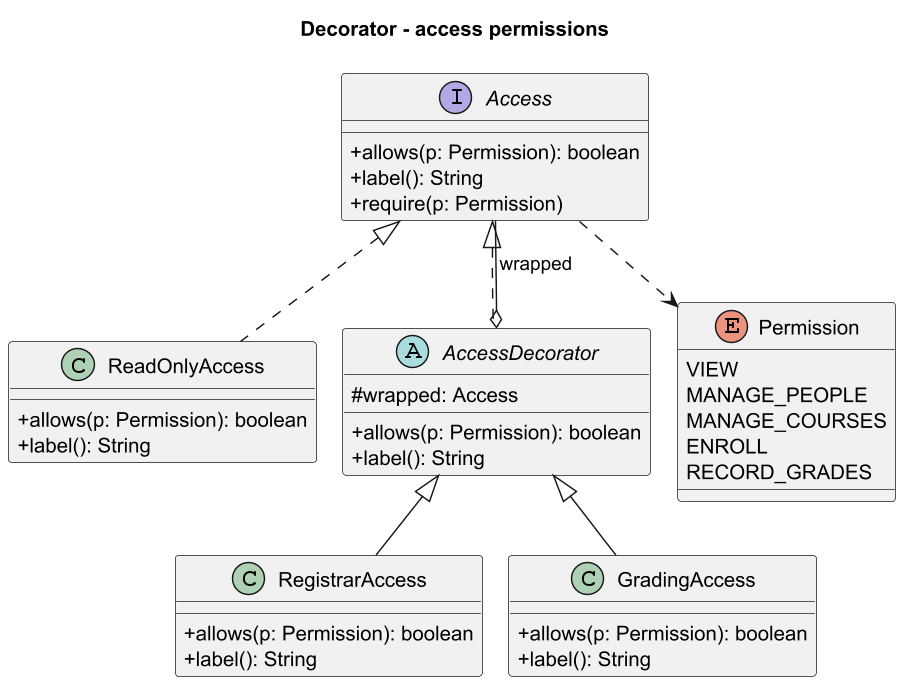
Earlier version of the PlantUML export docs/images/decorator.png (Asylstyle/school-management-system). The source it was exported from:
```plantuml
@startuml decorator
skinparamlocked dpi 140
!pragma layout smetana
title Decorator - access permissions
skinparam classAttributeIconSize 0
skinparam shadowing false

interface Access {
  +allows(p: Permission): boolean
  +label(): String
  +require(p: Permission)
}
class ReadOnlyAccess {
  +allows(p: Permission): boolean
  +label(): String
}
abstract class AccessDecorator {
  #wrapped: Access
  +allows(p: Permission): boolean
  +label(): String
}
class RegistrarAccess {
  +allows(p: Permission): boolean
  +label(): String
}
class GradingAccess {
  +allows(p: Permission): boolean
  +label(): String
}
enum Permission {
  VIEW
  MANAGE_PEOPLE
  MANAGE_COURSES
  ENROLL
  RECORD_GRADES
}

Access <|.. ReadOnlyAccess
Access <|.. AccessDecorator
AccessDecorator o-- Access : wrapped
AccessDecorator <|-- RegistrarAccess
AccessDecorator <|-- GradingAccess
Access ..> Permission
@enduml
```
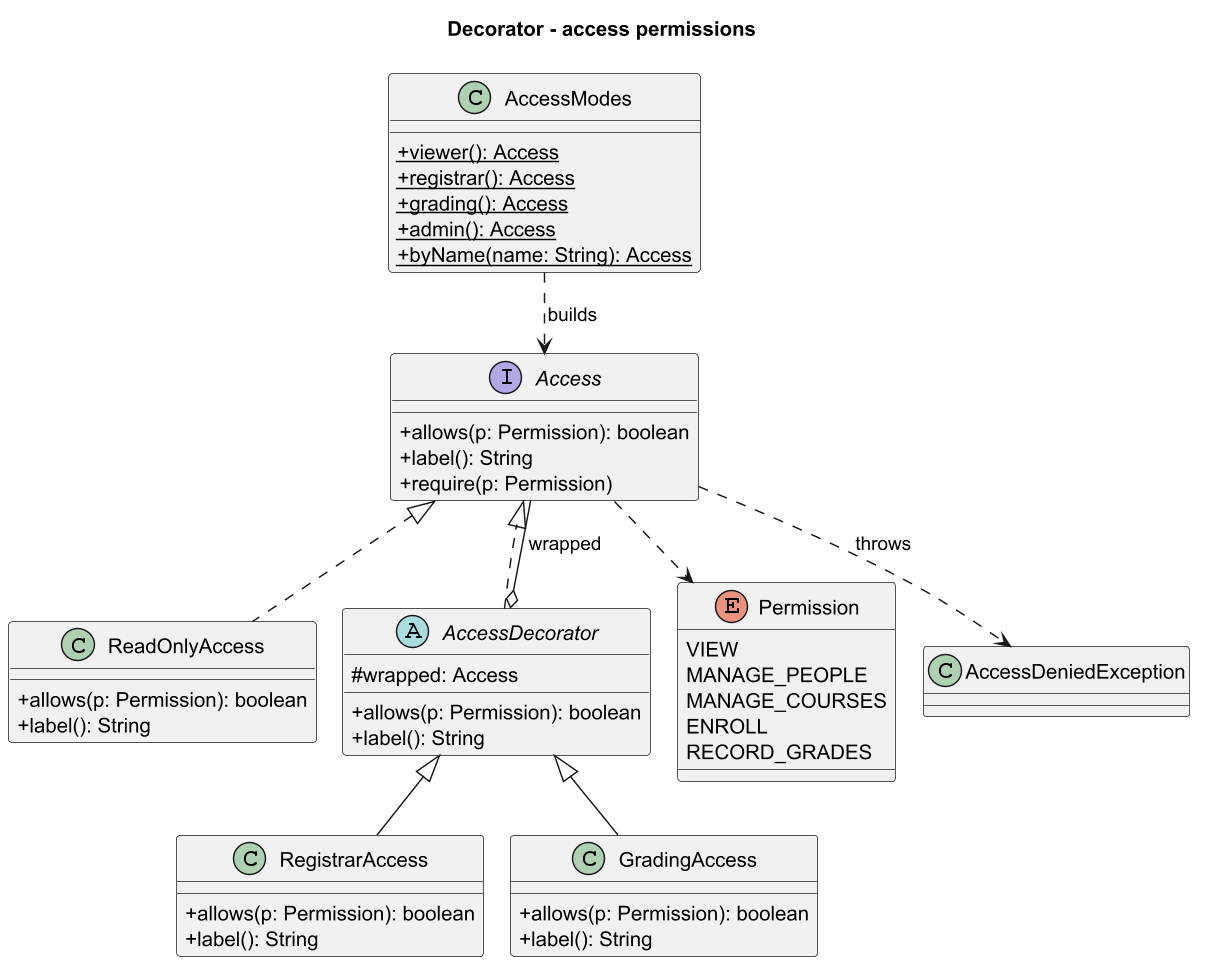
The same file after the commit.

Diff of the diagram source:
```diff
@@ -34,6 +34,14 @@
   ENROLL
   RECORD_GRADES
 }
+class AccessModes {
+  +{static} viewer(): Access
+  +{static} registrar(): Access
+  +{static} grading(): Access
+  +{static} admin(): Access
+  +{static} byName(name: String): Access
+}
+class AccessDeniedException
 
 Access <|.. ReadOnlyAccess
 Access <|.. AccessDecorator
@@ -41,4 +49,6 @@
 AccessDecorator <|-- RegistrarAccess
 AccessDecorator <|-- GradingAccess
 Access ..> Permission
+Access ..> AccessDeniedException : throws
+AccessModes ..> Access : builds
 @enduml
```
